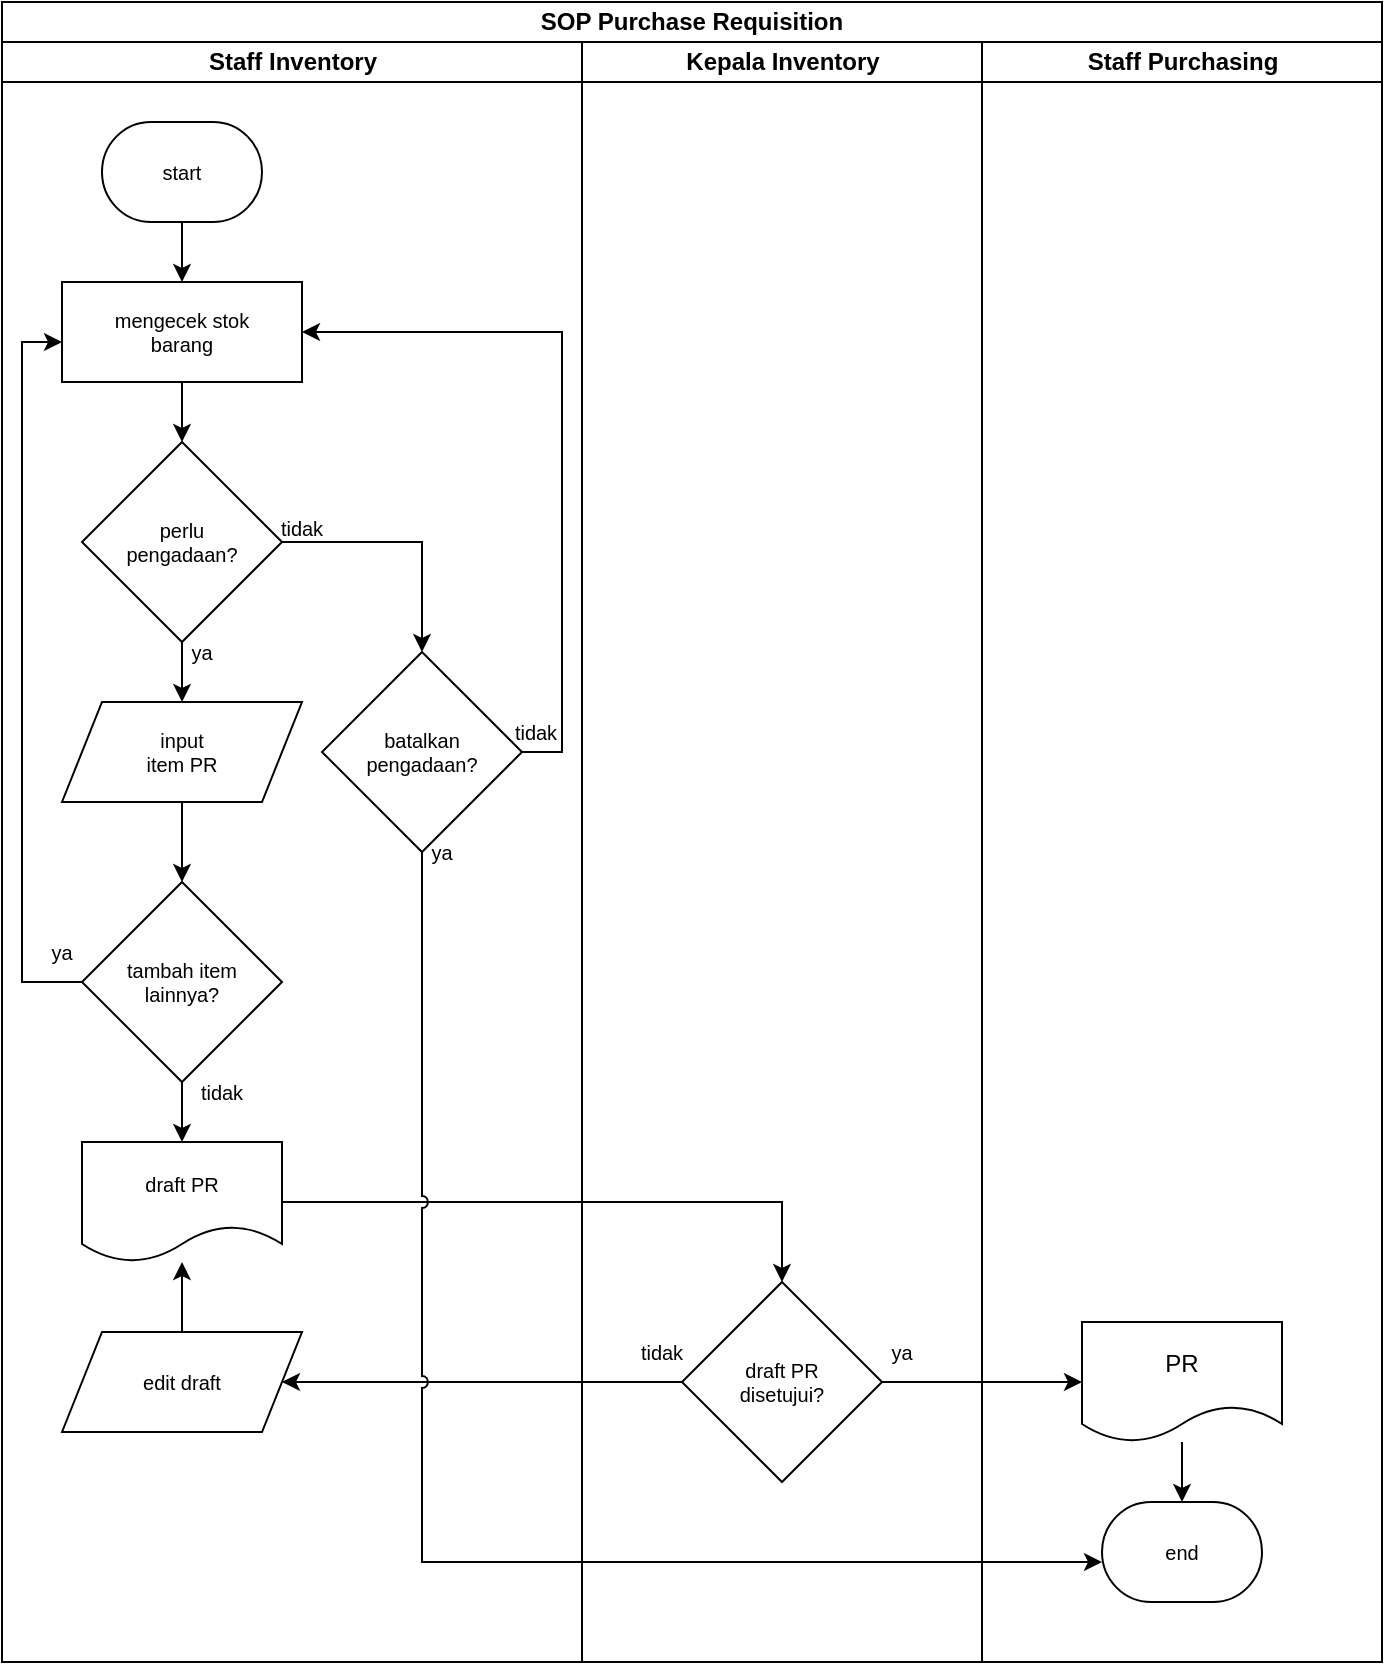
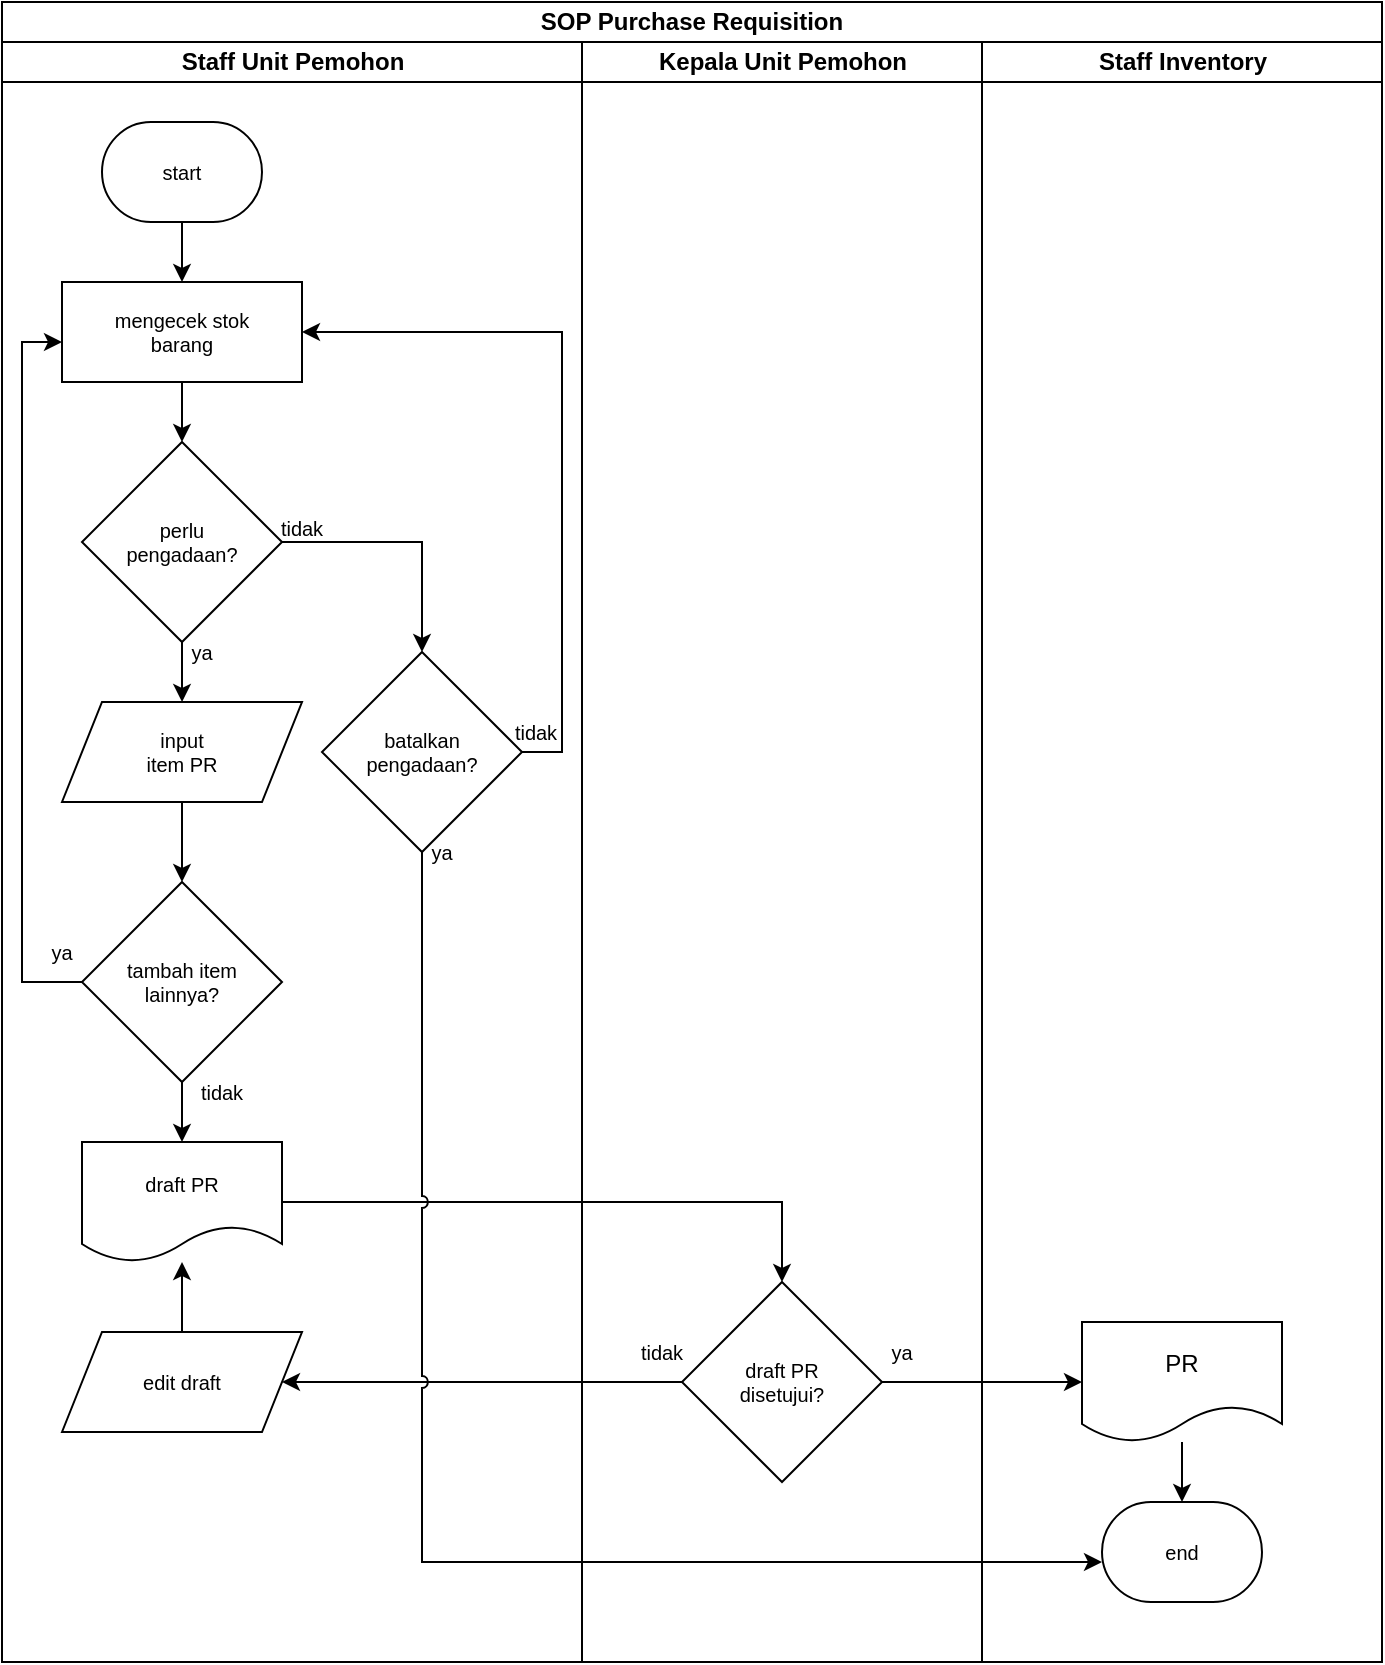
<mxfile host="app.diagrams.net" pages="2">
  <diagram name="SOP SR" id="mYAdajV0IufZudDyt58S">
-     <mxGraphModel dx="1502" dy="846" grid="1" gridSize="10" guides="1" tooltips="1" connect="1" arrows="1" fold="1" page="1" pageScale="1" pageWidth="850" pageHeight="1100" math="0" shadow="0">
+     <mxGraphModel dx="849" dy="478" grid="1" gridSize="10" guides="1" tooltips="1" connect="1" arrows="1" fold="1" page="1" pageScale="1" pageWidth="850" pageHeight="1100" math="0" shadow="0">
      <root>
        <mxCell id="ewqPmyVIHkz6pLOVAfYW-0" />
        <mxCell id="ewqPmyVIHkz6pLOVAfYW-1" parent="ewqPmyVIHkz6pLOVAfYW-0" />
        <mxCell id="ewqPmyVIHkz6pLOVAfYW-2" parent="ewqPmyVIHkz6pLOVAfYW-1" style="swimlane;html=1;childLayout=stackLayout;resizeParent=1;resizeParentMax=0;startSize=20;whiteSpace=wrap;" value="SOP Purchase Requisition" vertex="1">
          <mxGeometry height="830" width="690" x="610" y="360" as="geometry">
            <mxRectangle height="30" width="210" x="140" y="110" as="alternateBounds" />
          </mxGeometry>
        </mxCell>
-         <mxCell id="ewqPmyVIHkz6pLOVAfYW-3" parent="ewqPmyVIHkz6pLOVAfYW-2" style="swimlane;html=1;startSize=20;" value="Staff Inventory" vertex="1">
+         <mxCell id="ewqPmyVIHkz6pLOVAfYW-3" parent="ewqPmyVIHkz6pLOVAfYW-2" style="swimlane;html=1;startSize=20;" value="Staff Unit Pemohon" vertex="1">
          <mxGeometry height="810" width="290" y="20" as="geometry" />
        </mxCell>
        <mxCell id="ewqPmyVIHkz6pLOVAfYW-4" parent="ewqPmyVIHkz6pLOVAfYW-3" style="strokeWidth=1;html=1;shape=mxgraph.flowchart.terminator;whiteSpace=wrap;fontSize=10;align=center;horizontal=1;spacing=0;" value="start" vertex="1">
          <mxGeometry height="50" width="80" x="50" y="40" as="geometry" />
        </mxCell>
        <mxCell id="ewqPmyVIHkz6pLOVAfYW-5" parent="ewqPmyVIHkz6pLOVAfYW-3" style="rounded=0;whiteSpace=wrap;html=1;absoluteArcSize=1;arcSize=7;strokeWidth=1;fontSize=10;" value="mengecek stok&lt;div&gt;barang&lt;/div&gt;" vertex="1">
          <mxGeometry height="50" width="120" x="30" y="120" as="geometry" />
        </mxCell>
        <mxCell id="ewqPmyVIHkz6pLOVAfYW-6" edge="1" parent="ewqPmyVIHkz6pLOVAfYW-3" source="ewqPmyVIHkz6pLOVAfYW-5" style="edgeStyle=orthogonalEdgeStyle;rounded=0;orthogonalLoop=1;jettySize=auto;html=1;" value="">
          <mxGeometry relative="1" as="geometry">
            <mxPoint x="90" y="200" as="targetPoint" />
          </mxGeometry>
        </mxCell>
        <mxCell id="ewqPmyVIHkz6pLOVAfYW-7" edge="1" parent="ewqPmyVIHkz6pLOVAfYW-3" source="ewqPmyVIHkz6pLOVAfYW-4" style="edgeStyle=orthogonalEdgeStyle;rounded=0;orthogonalLoop=1;jettySize=auto;html=1;" target="ewqPmyVIHkz6pLOVAfYW-5" value="">
          <mxGeometry relative="1" as="geometry" />
        </mxCell>
        <mxCell id="ewqPmyVIHkz6pLOVAfYW-8" edge="1" parent="ewqPmyVIHkz6pLOVAfYW-3" source="ewqPmyVIHkz6pLOVAfYW-9" style="edgeStyle=orthogonalEdgeStyle;rounded=0;orthogonalLoop=1;jettySize=auto;html=1;" value="">
          <mxGeometry relative="1" as="geometry">
            <mxPoint x="90.02564102564111" y="330" as="targetPoint" />
          </mxGeometry>
        </mxCell>
        <mxCell id="ewqPmyVIHkz6pLOVAfYW-9" parent="ewqPmyVIHkz6pLOVAfYW-3" style="rhombus;whiteSpace=wrap;html=1;fontSize=10;" value="perlu&lt;div&gt;pengadaan?&lt;/div&gt;" vertex="1">
          <mxGeometry height="100" width="100" x="40" y="200" as="geometry" />
        </mxCell>
        <mxCell id="ewqPmyVIHkz6pLOVAfYW-10" edge="1" parent="ewqPmyVIHkz6pLOVAfYW-3" source="ewqPmyVIHkz6pLOVAfYW-14" style="edgeStyle=orthogonalEdgeStyle;rounded=0;orthogonalLoop=1;jettySize=auto;html=1;" target="ewqPmyVIHkz6pLOVAfYW-13" value="">
          <mxGeometry relative="1" as="geometry">
            <Array as="points" />
            <mxPoint x="90" y="380" as="sourcePoint" />
          </mxGeometry>
        </mxCell>
        <mxCell id="ewqPmyVIHkz6pLOVAfYW-11" edge="1" parent="ewqPmyVIHkz6pLOVAfYW-3" source="ewqPmyVIHkz6pLOVAfYW-13" style="edgeStyle=orthogonalEdgeStyle;rounded=0;orthogonalLoop=1;jettySize=auto;html=1;" target="ewqPmyVIHkz6pLOVAfYW-5">
          <mxGeometry relative="1" as="geometry">
            <Array as="points">
              <mxPoint x="10" y="470" />
              <mxPoint x="10" y="150" />
            </Array>
            <mxPoint x="90" y="110" as="targetPoint" />
          </mxGeometry>
        </mxCell>
        <mxCell id="ewqPmyVIHkz6pLOVAfYW-12" edge="1" parent="ewqPmyVIHkz6pLOVAfYW-3" source="ewqPmyVIHkz6pLOVAfYW-13" style="edgeStyle=orthogonalEdgeStyle;rounded=0;orthogonalLoop=1;jettySize=auto;html=1;" value="">
          <mxGeometry relative="1" as="geometry">
            <mxPoint x="90" y="550" as="targetPoint" />
          </mxGeometry>
        </mxCell>
        <mxCell id="ewqPmyVIHkz6pLOVAfYW-13" parent="ewqPmyVIHkz6pLOVAfYW-3" style="rhombus;whiteSpace=wrap;html=1;fontSize=10;" value="tambah item&lt;div&gt;lainnya?&lt;/div&gt;" vertex="1">
          <mxGeometry height="100" width="100" x="40" y="420" as="geometry" />
        </mxCell>
        <mxCell id="ewqPmyVIHkz6pLOVAfYW-14" parent="ewqPmyVIHkz6pLOVAfYW-3" style="shape=parallelogram;perimeter=parallelogramPerimeter;whiteSpace=wrap;html=1;fixedSize=1;" value="&lt;div style=&quot;font-size: 10px;&quot;&gt;&lt;font style=&quot;font-size: 10px;&quot;&gt;input&lt;/font&gt;&lt;/div&gt;&lt;div style=&quot;font-size: 10px;&quot;&gt;&lt;font style=&quot;font-size: 10px;&quot;&gt;item PR&lt;/font&gt;&lt;/div&gt;" vertex="1">
          <mxGeometry height="50" width="120" x="30" y="330" as="geometry" />
        </mxCell>
        <mxCell id="ewqPmyVIHkz6pLOVAfYW-15" parent="ewqPmyVIHkz6pLOVAfYW-3" style="shape=document;whiteSpace=wrap;html=1;boundedLbl=1;" value="&lt;font style=&quot;font-size: 10px;&quot;&gt;draft PR&lt;/font&gt;" vertex="1">
          <mxGeometry height="60" width="100" x="40" y="550" as="geometry" />
        </mxCell>
        <mxCell id="ewqPmyVIHkz6pLOVAfYW-16" edge="1" parent="ewqPmyVIHkz6pLOVAfYW-3" source="ewqPmyVIHkz6pLOVAfYW-17" style="edgeStyle=orthogonalEdgeStyle;rounded=0;orthogonalLoop=1;jettySize=auto;html=1;" target="ewqPmyVIHkz6pLOVAfYW-15" value="">
          <mxGeometry relative="1" as="geometry" />
        </mxCell>
        <mxCell id="ewqPmyVIHkz6pLOVAfYW-17" parent="ewqPmyVIHkz6pLOVAfYW-3" style="shape=parallelogram;perimeter=parallelogramPerimeter;whiteSpace=wrap;html=1;fixedSize=1;" value="&lt;span style=&quot;font-size: 10px;&quot;&gt;edit draft&lt;/span&gt;" vertex="1">
          <mxGeometry height="50" width="120" x="30" y="645" as="geometry" />
        </mxCell>
        <mxCell id="ewqPmyVIHkz6pLOVAfYW-18" edge="1" parent="ewqPmyVIHkz6pLOVAfYW-3" source="ewqPmyVIHkz6pLOVAfYW-9" style="edgeStyle=orthogonalEdgeStyle;rounded=0;orthogonalLoop=1;jettySize=auto;html=1;" target="ewqPmyVIHkz6pLOVAfYW-20">
          <mxGeometry relative="1" as="geometry">
            <Array as="points">
              <mxPoint x="210" y="250" />
            </Array>
          </mxGeometry>
        </mxCell>
        <mxCell id="ewqPmyVIHkz6pLOVAfYW-19" edge="1" parent="ewqPmyVIHkz6pLOVAfYW-3" source="ewqPmyVIHkz6pLOVAfYW-20" style="edgeStyle=orthogonalEdgeStyle;rounded=0;orthogonalLoop=1;jettySize=auto;html=1;" target="ewqPmyVIHkz6pLOVAfYW-5">
          <mxGeometry relative="1" as="geometry">
            <Array as="points">
              <mxPoint x="280" y="355" />
              <mxPoint x="280" y="145" />
            </Array>
          </mxGeometry>
        </mxCell>
        <mxCell id="ewqPmyVIHkz6pLOVAfYW-20" parent="ewqPmyVIHkz6pLOVAfYW-3" style="rhombus;whiteSpace=wrap;html=1;fontSize=10;" value="batalkan&lt;div&gt;pengadaan?&lt;/div&gt;" vertex="1">
          <mxGeometry height="100" width="100" x="160" y="305" as="geometry" />
        </mxCell>
        <mxCell id="ewqPmyVIHkz6pLOVAfYW-21" parent="ewqPmyVIHkz6pLOVAfYW-3" style="text;html=1;align=center;verticalAlign=middle;whiteSpace=wrap;rounded=0;" value="&lt;font style=&quot;font-size: 10px;&quot;&gt;tidak&lt;/font&gt;" vertex="1">
          <mxGeometry height="30" width="60" x="120" y="228" as="geometry" />
        </mxCell>
        <mxCell id="ewqPmyVIHkz6pLOVAfYW-22" parent="ewqPmyVIHkz6pLOVAfYW-3" style="text;html=1;align=center;verticalAlign=middle;whiteSpace=wrap;rounded=0;" value="&lt;font style=&quot;font-size: 10px;&quot;&gt;ya&lt;/font&gt;" vertex="1">
          <mxGeometry height="30" width="60" x="70" y="290" as="geometry" />
        </mxCell>
        <mxCell id="ewqPmyVIHkz6pLOVAfYW-23" parent="ewqPmyVIHkz6pLOVAfYW-3" style="text;html=1;align=center;verticalAlign=middle;whiteSpace=wrap;rounded=0;" value="&lt;font style=&quot;font-size: 10px;&quot;&gt;tidak&lt;/font&gt;" vertex="1">
          <mxGeometry height="30" width="60" x="237" y="330" as="geometry" />
        </mxCell>
        <mxCell id="ewqPmyVIHkz6pLOVAfYW-24" parent="ewqPmyVIHkz6pLOVAfYW-3" style="text;html=1;align=center;verticalAlign=middle;whiteSpace=wrap;rounded=0;" value="&lt;font style=&quot;font-size: 10px;&quot;&gt;ya&lt;/font&gt;" vertex="1">
          <mxGeometry height="30" width="60" x="190" y="390" as="geometry" />
        </mxCell>
        <mxCell id="ewqPmyVIHkz6pLOVAfYW-25" parent="ewqPmyVIHkz6pLOVAfYW-3" style="text;html=1;align=center;verticalAlign=middle;whiteSpace=wrap;rounded=0;" value="&lt;font style=&quot;font-size: 10px;&quot;&gt;tidak&lt;/font&gt;" vertex="1">
          <mxGeometry height="30" width="60" x="80" y="510" as="geometry" />
        </mxCell>
        <mxCell id="ewqPmyVIHkz6pLOVAfYW-26" parent="ewqPmyVIHkz6pLOVAfYW-3" style="text;html=1;align=center;verticalAlign=middle;whiteSpace=wrap;rounded=0;" value="&lt;font style=&quot;font-size: 10px;&quot;&gt;ya&lt;/font&gt;" vertex="1">
          <mxGeometry height="30" width="60" y="440" as="geometry" />
        </mxCell>
-         <mxCell id="ewqPmyVIHkz6pLOVAfYW-27" parent="ewqPmyVIHkz6pLOVAfYW-2" style="swimlane;html=1;startSize=20;" value="Kepala Inventory" vertex="1">
+         <mxCell id="ewqPmyVIHkz6pLOVAfYW-27" parent="ewqPmyVIHkz6pLOVAfYW-2" style="swimlane;html=1;startSize=20;" value="Kepala Unit Pemohon" vertex="1">
          <mxGeometry height="810" width="200" x="290" y="20" as="geometry" />
        </mxCell>
        <mxCell id="ewqPmyVIHkz6pLOVAfYW-28" parent="ewqPmyVIHkz6pLOVAfYW-27" style="rhombus;whiteSpace=wrap;html=1;fontSize=10;" value="draft PR&lt;div&gt;disetujui?&lt;/div&gt;" vertex="1">
          <mxGeometry height="100" width="100" x="50" y="620" as="geometry" />
        </mxCell>
        <mxCell id="ewqPmyVIHkz6pLOVAfYW-29" parent="ewqPmyVIHkz6pLOVAfYW-27" style="text;html=1;align=center;verticalAlign=middle;whiteSpace=wrap;rounded=0;" value="&lt;font style=&quot;font-size: 10px;&quot;&gt;tidak&lt;/font&gt;" vertex="1">
          <mxGeometry height="30" width="60" x="10" y="640" as="geometry" />
        </mxCell>
        <mxCell id="ewqPmyVIHkz6pLOVAfYW-30" parent="ewqPmyVIHkz6pLOVAfYW-27" style="text;html=1;align=center;verticalAlign=middle;whiteSpace=wrap;rounded=0;" value="&lt;font style=&quot;font-size: 10px;&quot;&gt;ya&lt;/font&gt;" vertex="1">
          <mxGeometry height="30" width="60" x="130" y="640" as="geometry" />
        </mxCell>
-         <mxCell id="ewqPmyVIHkz6pLOVAfYW-31" parent="ewqPmyVIHkz6pLOVAfYW-2" style="swimlane;html=1;startSize=20;" value="Staff Purchasing" vertex="1">
+         <mxCell id="ewqPmyVIHkz6pLOVAfYW-31" parent="ewqPmyVIHkz6pLOVAfYW-2" style="swimlane;html=1;startSize=20;" value="Staff Inventory" vertex="1">
          <mxGeometry height="810" width="200" x="490" y="20" as="geometry">
            <mxRectangle height="810" width="40" x="490" y="20" as="alternateBounds" />
          </mxGeometry>
        </mxCell>
        <mxCell id="ewqPmyVIHkz6pLOVAfYW-32" edge="1" parent="ewqPmyVIHkz6pLOVAfYW-31" source="ewqPmyVIHkz6pLOVAfYW-33" style="edgeStyle=orthogonalEdgeStyle;rounded=0;orthogonalLoop=1;jettySize=auto;html=1;" target="ewqPmyVIHkz6pLOVAfYW-34" value="">
          <mxGeometry relative="1" as="geometry" />
        </mxCell>
        <mxCell id="ewqPmyVIHkz6pLOVAfYW-33" parent="ewqPmyVIHkz6pLOVAfYW-31" style="shape=document;whiteSpace=wrap;html=1;boundedLbl=1;" value="PR" vertex="1">
          <mxGeometry height="60" width="100" x="50" y="640" as="geometry" />
        </mxCell>
        <mxCell id="ewqPmyVIHkz6pLOVAfYW-34" parent="ewqPmyVIHkz6pLOVAfYW-31" style="strokeWidth=1;html=1;shape=mxgraph.flowchart.terminator;whiteSpace=wrap;fontSize=10;align=center;horizontal=1;spacing=0;" value="end" vertex="1">
          <mxGeometry height="50" width="80" x="60" y="730" as="geometry" />
        </mxCell>
        <mxCell id="ewqPmyVIHkz6pLOVAfYW-35" edge="1" parent="ewqPmyVIHkz6pLOVAfYW-2" source="ewqPmyVIHkz6pLOVAfYW-15" style="edgeStyle=orthogonalEdgeStyle;rounded=0;orthogonalLoop=1;jettySize=auto;html=1;" target="ewqPmyVIHkz6pLOVAfYW-28">
          <mxGeometry relative="1" as="geometry" />
        </mxCell>
        <mxCell id="ewqPmyVIHkz6pLOVAfYW-36" edge="1" parent="ewqPmyVIHkz6pLOVAfYW-2" source="ewqPmyVIHkz6pLOVAfYW-28" style="edgeStyle=orthogonalEdgeStyle;rounded=0;orthogonalLoop=1;jettySize=auto;html=1;" target="ewqPmyVIHkz6pLOVAfYW-33" value="">
          <mxGeometry relative="1" as="geometry" />
        </mxCell>
        <mxCell id="ewqPmyVIHkz6pLOVAfYW-37" edge="1" parent="ewqPmyVIHkz6pLOVAfYW-2" source="ewqPmyVIHkz6pLOVAfYW-28" style="edgeStyle=orthogonalEdgeStyle;rounded=0;orthogonalLoop=1;jettySize=auto;html=1;" target="ewqPmyVIHkz6pLOVAfYW-17">
          <mxGeometry relative="1" as="geometry">
            <Array as="points" />
            <mxPoint x="100" y="690" as="targetPoint" />
          </mxGeometry>
        </mxCell>
        <mxCell id="ewqPmyVIHkz6pLOVAfYW-38" edge="1" parent="ewqPmyVIHkz6pLOVAfYW-2" source="ewqPmyVIHkz6pLOVAfYW-20" style="edgeStyle=orthogonalEdgeStyle;rounded=0;orthogonalLoop=1;jettySize=auto;html=1;jumpStyle=arc;" target="ewqPmyVIHkz6pLOVAfYW-34">
          <mxGeometry relative="1" as="geometry">
            <Array as="points">
              <mxPoint x="210" y="780" />
            </Array>
          </mxGeometry>
        </mxCell>
      </root>
    </mxGraphModel>
  </diagram>
  <diagram name="SOP PR" id="-7YdF_Z_4hD_neaPn9do">
-     <mxGraphModel dx="1502" dy="846" grid="1" gridSize="10" guides="1" tooltips="1" connect="1" arrows="1" fold="1" page="1" pageScale="1" pageWidth="850" pageHeight="1100" math="0" shadow="0">
+     <mxGraphModel dx="849" dy="478" grid="1" gridSize="10" guides="1" tooltips="1" connect="1" arrows="1" fold="1" page="1" pageScale="1" pageWidth="850" pageHeight="1100" math="0" shadow="0">
      <root>
        <mxCell id="0" />
        <mxCell id="1" parent="0" />
        <mxCell id="FgAdxiRBUQnmOL_wIOqZ-3" parent="1" style="swimlane;html=1;childLayout=stackLayout;resizeParent=1;resizeParentMax=0;startSize=20;whiteSpace=wrap;" value="SOP Purchase Requisition" vertex="1">
          <mxGeometry height="830" width="690" x="610" y="360" as="geometry">
            <mxRectangle height="30" width="210" x="140" y="110" as="alternateBounds" />
          </mxGeometry>
        </mxCell>
        <mxCell id="FgAdxiRBUQnmOL_wIOqZ-4" parent="FgAdxiRBUQnmOL_wIOqZ-3" style="swimlane;html=1;startSize=20;" value="Staff Inventory" vertex="1">
          <mxGeometry height="810" width="290" y="20" as="geometry" />
        </mxCell>
        <mxCell id="FgAdxiRBUQnmOL_wIOqZ-5" parent="FgAdxiRBUQnmOL_wIOqZ-4" style="strokeWidth=1;html=1;shape=mxgraph.flowchart.terminator;whiteSpace=wrap;fontSize=10;align=center;horizontal=1;spacing=0;" value="start" vertex="1">
          <mxGeometry height="50" width="80" x="50" y="40" as="geometry" />
        </mxCell>
        <mxCell id="FgAdxiRBUQnmOL_wIOqZ-6" parent="FgAdxiRBUQnmOL_wIOqZ-4" style="rounded=0;whiteSpace=wrap;html=1;absoluteArcSize=1;arcSize=7;strokeWidth=1;fontSize=10;" value="mengecek stok&lt;div&gt;barang&lt;/div&gt;" vertex="1">
          <mxGeometry height="50" width="120" x="30" y="120" as="geometry" />
        </mxCell>
        <mxCell id="FgAdxiRBUQnmOL_wIOqZ-7" edge="1" parent="FgAdxiRBUQnmOL_wIOqZ-4" source="FgAdxiRBUQnmOL_wIOqZ-6" style="edgeStyle=orthogonalEdgeStyle;rounded=0;orthogonalLoop=1;jettySize=auto;html=1;" value="">
          <mxGeometry relative="1" as="geometry">
            <mxPoint x="90" y="200" as="targetPoint" />
          </mxGeometry>
        </mxCell>
        <mxCell id="FgAdxiRBUQnmOL_wIOqZ-8" edge="1" parent="FgAdxiRBUQnmOL_wIOqZ-4" source="FgAdxiRBUQnmOL_wIOqZ-5" style="edgeStyle=orthogonalEdgeStyle;rounded=0;orthogonalLoop=1;jettySize=auto;html=1;" target="FgAdxiRBUQnmOL_wIOqZ-6" value="">
          <mxGeometry relative="1" as="geometry" />
        </mxCell>
        <mxCell id="FgAdxiRBUQnmOL_wIOqZ-9" edge="1" parent="FgAdxiRBUQnmOL_wIOqZ-4" source="FgAdxiRBUQnmOL_wIOqZ-10" style="edgeStyle=orthogonalEdgeStyle;rounded=0;orthogonalLoop=1;jettySize=auto;html=1;" value="">
          <mxGeometry relative="1" as="geometry">
            <mxPoint x="90.02564102564111" y="330" as="targetPoint" />
          </mxGeometry>
        </mxCell>
        <mxCell id="FgAdxiRBUQnmOL_wIOqZ-10" parent="FgAdxiRBUQnmOL_wIOqZ-4" style="rhombus;whiteSpace=wrap;html=1;fontSize=10;" value="perlu&lt;div&gt;pengadaan?&lt;/div&gt;" vertex="1">
          <mxGeometry height="100" width="100" x="40" y="200" as="geometry" />
        </mxCell>
        <mxCell id="FgAdxiRBUQnmOL_wIOqZ-11" edge="1" parent="FgAdxiRBUQnmOL_wIOqZ-4" source="FgAdxiRBUQnmOL_wIOqZ-15" style="edgeStyle=orthogonalEdgeStyle;rounded=0;orthogonalLoop=1;jettySize=auto;html=1;" target="FgAdxiRBUQnmOL_wIOqZ-14" value="">
          <mxGeometry relative="1" as="geometry">
            <Array as="points" />
            <mxPoint x="90" y="380" as="sourcePoint" />
          </mxGeometry>
        </mxCell>
        <mxCell id="FgAdxiRBUQnmOL_wIOqZ-12" edge="1" parent="FgAdxiRBUQnmOL_wIOqZ-4" source="FgAdxiRBUQnmOL_wIOqZ-14" style="edgeStyle=orthogonalEdgeStyle;rounded=0;orthogonalLoop=1;jettySize=auto;html=1;" target="FgAdxiRBUQnmOL_wIOqZ-6">
          <mxGeometry relative="1" as="geometry">
            <Array as="points">
              <mxPoint x="10" y="470" />
              <mxPoint x="10" y="150" />
            </Array>
            <mxPoint x="90" y="110" as="targetPoint" />
          </mxGeometry>
        </mxCell>
        <mxCell id="FgAdxiRBUQnmOL_wIOqZ-13" edge="1" parent="FgAdxiRBUQnmOL_wIOqZ-4" source="FgAdxiRBUQnmOL_wIOqZ-14" style="edgeStyle=orthogonalEdgeStyle;rounded=0;orthogonalLoop=1;jettySize=auto;html=1;" value="">
          <mxGeometry relative="1" as="geometry">
            <mxPoint x="90" y="550" as="targetPoint" />
          </mxGeometry>
        </mxCell>
        <mxCell id="FgAdxiRBUQnmOL_wIOqZ-14" parent="FgAdxiRBUQnmOL_wIOqZ-4" style="rhombus;whiteSpace=wrap;html=1;fontSize=10;" value="tambah item&lt;div&gt;lainnya?&lt;/div&gt;" vertex="1">
          <mxGeometry height="100" width="100" x="40" y="420" as="geometry" />
        </mxCell>
        <mxCell id="FgAdxiRBUQnmOL_wIOqZ-15" parent="FgAdxiRBUQnmOL_wIOqZ-4" style="shape=parallelogram;perimeter=parallelogramPerimeter;whiteSpace=wrap;html=1;fixedSize=1;" value="&lt;div style=&quot;font-size: 10px;&quot;&gt;&lt;font style=&quot;font-size: 10px;&quot;&gt;input&lt;/font&gt;&lt;/div&gt;&lt;div style=&quot;font-size: 10px;&quot;&gt;&lt;font style=&quot;font-size: 10px;&quot;&gt;item PR&lt;/font&gt;&lt;/div&gt;" vertex="1">
          <mxGeometry height="50" width="120" x="30" y="330" as="geometry" />
        </mxCell>
        <mxCell id="FgAdxiRBUQnmOL_wIOqZ-16" parent="FgAdxiRBUQnmOL_wIOqZ-4" style="shape=document;whiteSpace=wrap;html=1;boundedLbl=1;" value="&lt;font style=&quot;font-size: 10px;&quot;&gt;draft PR&lt;/font&gt;" vertex="1">
          <mxGeometry height="60" width="100" x="40" y="550" as="geometry" />
        </mxCell>
        <mxCell id="FgAdxiRBUQnmOL_wIOqZ-17" edge="1" parent="FgAdxiRBUQnmOL_wIOqZ-4" source="FgAdxiRBUQnmOL_wIOqZ-18" style="edgeStyle=orthogonalEdgeStyle;rounded=0;orthogonalLoop=1;jettySize=auto;html=1;" target="FgAdxiRBUQnmOL_wIOqZ-16" value="">
          <mxGeometry relative="1" as="geometry" />
        </mxCell>
        <mxCell id="FgAdxiRBUQnmOL_wIOqZ-18" parent="FgAdxiRBUQnmOL_wIOqZ-4" style="shape=parallelogram;perimeter=parallelogramPerimeter;whiteSpace=wrap;html=1;fixedSize=1;" value="&lt;span style=&quot;font-size: 10px;&quot;&gt;edit draft&lt;/span&gt;" vertex="1">
          <mxGeometry height="50" width="120" x="30" y="645" as="geometry" />
        </mxCell>
        <mxCell id="FgAdxiRBUQnmOL_wIOqZ-19" edge="1" parent="FgAdxiRBUQnmOL_wIOqZ-4" source="FgAdxiRBUQnmOL_wIOqZ-10" style="edgeStyle=orthogonalEdgeStyle;rounded=0;orthogonalLoop=1;jettySize=auto;html=1;" target="FgAdxiRBUQnmOL_wIOqZ-21">
          <mxGeometry relative="1" as="geometry">
            <Array as="points">
              <mxPoint x="210" y="250" />
            </Array>
          </mxGeometry>
        </mxCell>
        <mxCell id="FgAdxiRBUQnmOL_wIOqZ-20" edge="1" parent="FgAdxiRBUQnmOL_wIOqZ-4" source="FgAdxiRBUQnmOL_wIOqZ-21" style="edgeStyle=orthogonalEdgeStyle;rounded=0;orthogonalLoop=1;jettySize=auto;html=1;" target="FgAdxiRBUQnmOL_wIOqZ-6">
          <mxGeometry relative="1" as="geometry">
            <Array as="points">
              <mxPoint x="280" y="355" />
              <mxPoint x="280" y="145" />
            </Array>
          </mxGeometry>
        </mxCell>
        <mxCell id="FgAdxiRBUQnmOL_wIOqZ-21" parent="FgAdxiRBUQnmOL_wIOqZ-4" style="rhombus;whiteSpace=wrap;html=1;fontSize=10;" value="batalkan&lt;div&gt;pengadaan?&lt;/div&gt;" vertex="1">
          <mxGeometry height="100" width="100" x="160" y="305" as="geometry" />
        </mxCell>
        <mxCell id="FgAdxiRBUQnmOL_wIOqZ-22" parent="FgAdxiRBUQnmOL_wIOqZ-4" style="text;html=1;align=center;verticalAlign=middle;whiteSpace=wrap;rounded=0;" value="&lt;font style=&quot;font-size: 10px;&quot;&gt;tidak&lt;/font&gt;" vertex="1">
          <mxGeometry height="30" width="60" x="120" y="228" as="geometry" />
        </mxCell>
        <mxCell id="FgAdxiRBUQnmOL_wIOqZ-23" parent="FgAdxiRBUQnmOL_wIOqZ-4" style="text;html=1;align=center;verticalAlign=middle;whiteSpace=wrap;rounded=0;" value="&lt;font style=&quot;font-size: 10px;&quot;&gt;ya&lt;/font&gt;" vertex="1">
          <mxGeometry height="30" width="60" x="70" y="290" as="geometry" />
        </mxCell>
        <mxCell id="FgAdxiRBUQnmOL_wIOqZ-24" parent="FgAdxiRBUQnmOL_wIOqZ-4" style="text;html=1;align=center;verticalAlign=middle;whiteSpace=wrap;rounded=0;" value="&lt;font style=&quot;font-size: 10px;&quot;&gt;tidak&lt;/font&gt;" vertex="1">
          <mxGeometry height="30" width="60" x="237" y="330" as="geometry" />
        </mxCell>
        <mxCell id="FgAdxiRBUQnmOL_wIOqZ-25" parent="FgAdxiRBUQnmOL_wIOqZ-4" style="text;html=1;align=center;verticalAlign=middle;whiteSpace=wrap;rounded=0;" value="&lt;font style=&quot;font-size: 10px;&quot;&gt;ya&lt;/font&gt;" vertex="1">
          <mxGeometry height="30" width="60" x="190" y="390" as="geometry" />
        </mxCell>
        <mxCell id="FgAdxiRBUQnmOL_wIOqZ-26" parent="FgAdxiRBUQnmOL_wIOqZ-4" style="text;html=1;align=center;verticalAlign=middle;whiteSpace=wrap;rounded=0;" value="&lt;font style=&quot;font-size: 10px;&quot;&gt;tidak&lt;/font&gt;" vertex="1">
          <mxGeometry height="30" width="60" x="80" y="510" as="geometry" />
        </mxCell>
        <mxCell id="FgAdxiRBUQnmOL_wIOqZ-27" parent="FgAdxiRBUQnmOL_wIOqZ-4" style="text;html=1;align=center;verticalAlign=middle;whiteSpace=wrap;rounded=0;" value="&lt;font style=&quot;font-size: 10px;&quot;&gt;ya&lt;/font&gt;" vertex="1">
          <mxGeometry height="30" width="60" y="440" as="geometry" />
        </mxCell>
        <mxCell id="FgAdxiRBUQnmOL_wIOqZ-28" parent="FgAdxiRBUQnmOL_wIOqZ-3" style="swimlane;html=1;startSize=20;" value="Kepala Inventory" vertex="1">
          <mxGeometry height="810" width="200" x="290" y="20" as="geometry" />
        </mxCell>
        <mxCell id="FgAdxiRBUQnmOL_wIOqZ-29" parent="FgAdxiRBUQnmOL_wIOqZ-28" style="rhombus;whiteSpace=wrap;html=1;fontSize=10;" value="draft PR&lt;div&gt;disetujui?&lt;/div&gt;" vertex="1">
          <mxGeometry height="100" width="100" x="50" y="620" as="geometry" />
        </mxCell>
        <mxCell id="FgAdxiRBUQnmOL_wIOqZ-30" parent="FgAdxiRBUQnmOL_wIOqZ-28" style="text;html=1;align=center;verticalAlign=middle;whiteSpace=wrap;rounded=0;" value="&lt;font style=&quot;font-size: 10px;&quot;&gt;tidak&lt;/font&gt;" vertex="1">
          <mxGeometry height="30" width="60" x="10" y="640" as="geometry" />
        </mxCell>
        <mxCell id="FgAdxiRBUQnmOL_wIOqZ-31" parent="FgAdxiRBUQnmOL_wIOqZ-28" style="text;html=1;align=center;verticalAlign=middle;whiteSpace=wrap;rounded=0;" value="&lt;font style=&quot;font-size: 10px;&quot;&gt;ya&lt;/font&gt;" vertex="1">
          <mxGeometry height="30" width="60" x="130" y="640" as="geometry" />
        </mxCell>
        <mxCell id="FgAdxiRBUQnmOL_wIOqZ-32" parent="FgAdxiRBUQnmOL_wIOqZ-3" style="swimlane;html=1;startSize=20;" value="Staff Purchasing" vertex="1">
          <mxGeometry height="810" width="200" x="490" y="20" as="geometry">
            <mxRectangle height="810" width="40" x="490" y="20" as="alternateBounds" />
          </mxGeometry>
        </mxCell>
        <mxCell id="FgAdxiRBUQnmOL_wIOqZ-33" edge="1" parent="FgAdxiRBUQnmOL_wIOqZ-32" source="FgAdxiRBUQnmOL_wIOqZ-34" style="edgeStyle=orthogonalEdgeStyle;rounded=0;orthogonalLoop=1;jettySize=auto;html=1;" target="FgAdxiRBUQnmOL_wIOqZ-35" value="">
          <mxGeometry relative="1" as="geometry" />
        </mxCell>
        <mxCell id="FgAdxiRBUQnmOL_wIOqZ-34" parent="FgAdxiRBUQnmOL_wIOqZ-32" style="shape=document;whiteSpace=wrap;html=1;boundedLbl=1;" value="PR" vertex="1">
          <mxGeometry height="60" width="100" x="50" y="640" as="geometry" />
        </mxCell>
        <mxCell id="FgAdxiRBUQnmOL_wIOqZ-35" parent="FgAdxiRBUQnmOL_wIOqZ-32" style="strokeWidth=1;html=1;shape=mxgraph.flowchart.terminator;whiteSpace=wrap;fontSize=10;align=center;horizontal=1;spacing=0;" value="end" vertex="1">
          <mxGeometry height="50" width="80" x="60" y="730" as="geometry" />
        </mxCell>
        <mxCell id="FgAdxiRBUQnmOL_wIOqZ-36" edge="1" parent="FgAdxiRBUQnmOL_wIOqZ-3" source="FgAdxiRBUQnmOL_wIOqZ-16" style="edgeStyle=orthogonalEdgeStyle;rounded=0;orthogonalLoop=1;jettySize=auto;html=1;" target="FgAdxiRBUQnmOL_wIOqZ-29">
          <mxGeometry relative="1" as="geometry" />
        </mxCell>
        <mxCell id="FgAdxiRBUQnmOL_wIOqZ-37" edge="1" parent="FgAdxiRBUQnmOL_wIOqZ-3" source="FgAdxiRBUQnmOL_wIOqZ-29" style="edgeStyle=orthogonalEdgeStyle;rounded=0;orthogonalLoop=1;jettySize=auto;html=1;" target="FgAdxiRBUQnmOL_wIOqZ-34" value="">
          <mxGeometry relative="1" as="geometry" />
        </mxCell>
        <mxCell id="FgAdxiRBUQnmOL_wIOqZ-38" edge="1" parent="FgAdxiRBUQnmOL_wIOqZ-3" source="FgAdxiRBUQnmOL_wIOqZ-29" style="edgeStyle=orthogonalEdgeStyle;rounded=0;orthogonalLoop=1;jettySize=auto;html=1;" target="FgAdxiRBUQnmOL_wIOqZ-18">
          <mxGeometry relative="1" as="geometry">
            <Array as="points" />
            <mxPoint x="100" y="690" as="targetPoint" />
          </mxGeometry>
        </mxCell>
        <mxCell id="FgAdxiRBUQnmOL_wIOqZ-39" edge="1" parent="FgAdxiRBUQnmOL_wIOqZ-3" source="FgAdxiRBUQnmOL_wIOqZ-21" style="edgeStyle=orthogonalEdgeStyle;rounded=0;orthogonalLoop=1;jettySize=auto;html=1;jumpStyle=arc;" target="FgAdxiRBUQnmOL_wIOqZ-35">
          <mxGeometry relative="1" as="geometry">
            <Array as="points">
              <mxPoint x="210" y="780" />
            </Array>
          </mxGeometry>
        </mxCell>
      </root>
    </mxGraphModel>
  </diagram>
</mxfile>
